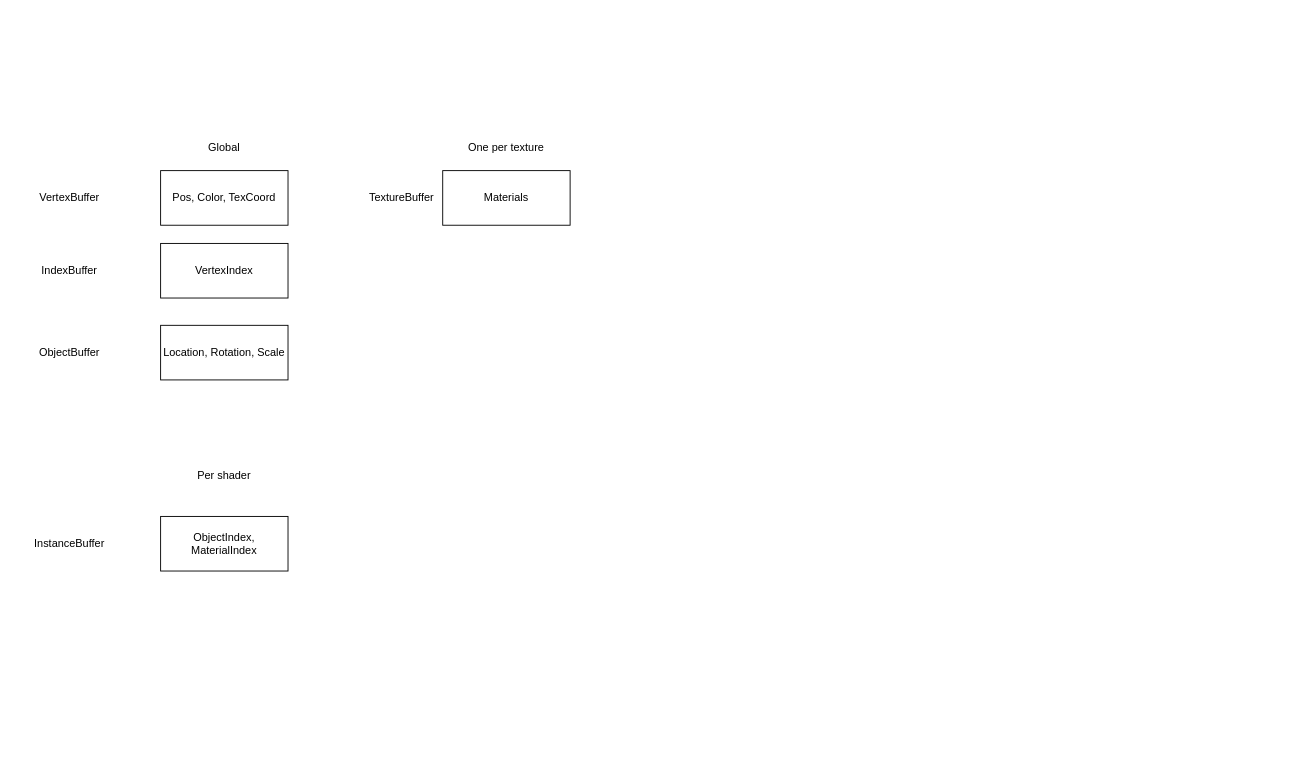
Earlier version of the draw.io diagram Documentation/Schemas/Render buffers.drawio (Hilderin/MiniEngine). Source tidied: cells renumbered, new cells numbered last; positions are measured from the earlier drawing's top-left corner, leaving out a move shared by most shapes. Both pictures are drawn from the tidied source at 91%, with x=0, y=0 at pixel (42, 134).
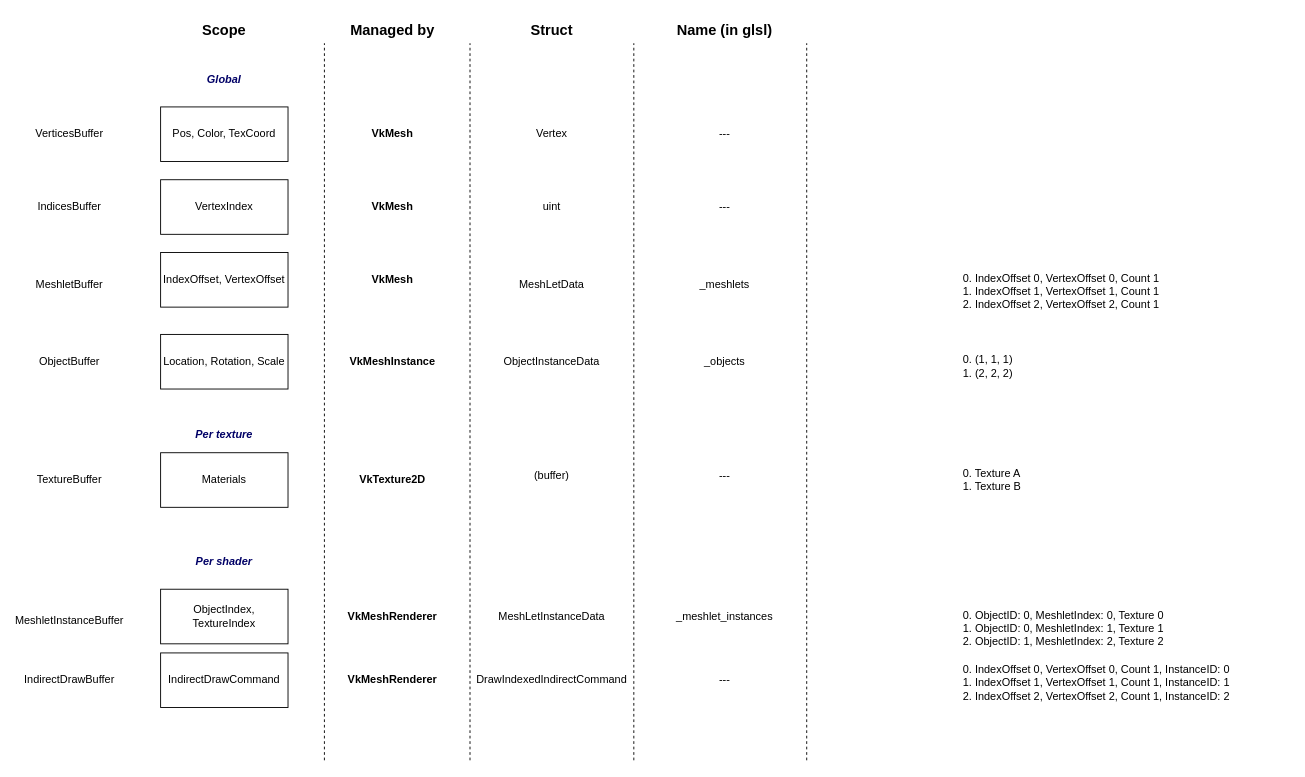
After the change.

What changed in the source:
```diff
@@
     <mxCell id="2" value="Pos, Color, TexCoord" style="rounded=0;whiteSpace=wrap;html=1;" parent="1" vertex="1">
-      <mxGeometry x="130" y="40" width="140" height="60" as="geometry" />
+      <mxGeometry x="130" y="-30" width="140" height="60" as="geometry" />
     </mxCell>
-    <mxCell id="3" value="VertexBuffer" style="text;html=1;strokeColor=none;fillColor=none;align=center;verticalAlign=middle;whiteSpace=wrap;rounded=0;" parent="1" vertex="1">
-      <mxGeometry y="55" width="60" height="30" as="geometry" />
+    <mxCell id="3" value="VerticesBuffer" style="text;html=1;strokeColor=none;fillColor=none;align=center;verticalAlign=middle;whiteSpace=wrap;rounded=0;" parent="1" vertex="1">
+      <mxGeometry y="-15" width="60" height="30" as="geometry" />
     </mxCell>
     <mxCell id="4" value="VertexIndex" style="rounded=0;whiteSpace=wrap;html=1;" parent="1" vertex="1">
-      <mxGeometry x="130" y="120" width="140" height="60" as="geometry" />
+      <mxGeometry x="130" y="50" width="140" height="60" as="geometry" />
     </mxCell>
-    <mxCell id="5" value="IndexBuffer" style="text;html=1;strokeColor=none;fillColor=none;align=center;verticalAlign=middle;whiteSpace=wrap;rounded=0;" parent="1" vertex="1">
-      <mxGeometry y="135" width="60" height="30" as="geometry" />
+    <mxCell id="5" value="IndicesBuffer" style="text;html=1;strokeColor=none;fillColor=none;align=center;verticalAlign=middle;whiteSpace=wrap;rounded=0;" parent="1" vertex="1">
+      <mxGeometry y="65" width="60" height="30" as="geometry" />
     </mxCell>
     <mxCell id="6" value="Location, Rotation, Scale" style="rounded=0;whiteSpace=wrap;html=1;" parent="1" vertex="1">
-      <mxGeometry x="130" y="210" width="140" height="60" as="geometry" />
+      <mxGeometry x="130" y="220" width="140" height="60" as="geometry" />
     </mxCell>
     <mxCell id="7" value="ObjectBuffer" style="text;html=1;strokeColor=none;fillColor=none;align=center;verticalAlign=middle;whiteSpace=wrap;rounded=0;" parent="1" vertex="1">
-      <mxGeometry y="225" width="60" height="30" as="geometry" />
+      <mxGeometry y="235" width="60" height="30" as="geometry" />
     </mxCell>
-    <mxCell id="8" value="ObjectIndex, MaterialIndex" style="rounded=0;whiteSpace=wrap;html=1;" parent="1" vertex="1">
-      <mxGeometry x="130" y="420" width="140" height="60" as="geometry" />
-    </mxCell>
-    <mxCell id="9" value="InstanceBuffer" style="text;html=1;strokeColor=none;fillColor=none;align=center;verticalAlign=middle;whiteSpace=wrap;rounded=0;" parent="1" vertex="1">
-      <mxGeometry y="435" width="60" height="30" as="geometry" />
-    </mxCell>
     <mxCell id="10" value="Materials" style="rounded=0;whiteSpace=wrap;html=1;" parent="1" vertex="1">
-      <mxGeometry x="440" y="40" width="140" height="60" as="geometry" />
+      <mxGeometry x="130" y="350" width="140" height="60" as="geometry" />
     </mxCell>
     <mxCell id="11" value="TextureBuffer" style="text;html=1;strokeColor=none;fillColor=none;align=center;verticalAlign=middle;whiteSpace=wrap;rounded=0;" parent="1" vertex="1">
-      <mxGeometry x="365" y="55" width="60" height="30" as="geometry" />
+      <mxGeometry y="365" width="60" height="30" as="geometry" />
     </mxCell>
-    <mxCell id="12" value="One per texture" style="text;html=1;strokeColor=none;fillColor=none;align=center;verticalAlign=middle;whiteSpace=wrap;rounded=0;" parent="1" vertex="1">
-      <mxGeometry x="430" width="160" height="30" as="geometry" />
+    <mxCell id="12" value="Per texture" style="text;html=1;fillColor=none;align=center;verticalAlign=middle;whiteSpace=wrap;rounded=0;fontStyle=3;fontColor=#000066;" parent="1" vertex="1">
+      <mxGeometry x="120" y="320" width="160" height="20" as="geometry" />
     </mxCell>
-    <mxCell id="13" value="Global" style="text;html=1;strokeColor=none;fillColor=none;align=center;verticalAlign=middle;whiteSpace=wrap;rounded=0;" parent="1" vertex="1">
-      <mxGeometry x="120" width="160" height="30" as="geometry" />
+    <mxCell id="13" value="Global" style="text;html=1;fillColor=none;align=center;verticalAlign=middle;whiteSpace=wrap;rounded=0;fontStyle=3;fontColor=#000066;" parent="1" vertex="1">
+      <mxGeometry x="120" y="-70" width="160" height="20" as="geometry" />
     </mxCell>
-    <mxCell id="14" value="Per shader" style="text;html=1;strokeColor=none;fillColor=none;align=center;verticalAlign=middle;whiteSpace=wrap;rounded=0;" parent="1" vertex="1">
-      <mxGeometry x="120" y="360" width="160" height="30" as="geometry" />
+    <mxCell id="14" value="Per shader" style="text;html=1;fillColor=none;align=center;verticalAlign=middle;whiteSpace=wrap;rounded=0;fontStyle=3;fontColor=#000066;" parent="1" vertex="1">
+      <mxGeometry x="120" y="460" width="160" height="20" as="geometry" />
     </mxCell>
+    <mxCell id="15" value="IndirectDrawCommand" style="rounded=0;whiteSpace=wrap;html=1;" parent="1" vertex="1">
+      <mxGeometry x="130" y="570" width="140" height="60" as="geometry" />
+    </mxCell>
+    <mxCell id="16" value="IndirectDrawBuffer" style="text;html=1;strokeColor=none;fillColor=none;align=center;verticalAlign=middle;whiteSpace=wrap;rounded=0;" parent="1" vertex="1">
+      <mxGeometry y="585" width="60" height="30" as="geometry" />
+    </mxCell>
+    <mxCell id="17" value="0. (1, 1, 1)&lt;br&gt;&lt;div style=&quot;&quot;&gt;&lt;span style=&quot;background-color: initial;&quot;&gt;1. (2, 2, 2)&lt;/span&gt;&lt;/div&gt;" style="text;html=1;strokeColor=none;fillColor=none;align=left;verticalAlign=middle;whiteSpace=wrap;rounded=0;" parent="1" vertex="1">
+      <mxGeometry x="1010" y="240" width="220" height="30" as="geometry" />
+    </mxCell>
+    <mxCell id="18" value="0. Texture A&lt;br&gt;&lt;div style=&quot;&quot;&gt;&lt;span style=&quot;background-color: initial;&quot;&gt;1. Texture B&lt;/span&gt;&lt;/div&gt;" style="text;html=1;strokeColor=none;fillColor=none;align=left;verticalAlign=middle;whiteSpace=wrap;rounded=0;" parent="1" vertex="1">
+      <mxGeometry x="1010" y="365" width="180" height="30" as="geometry" />
+    </mxCell>
+    <mxCell id="19" value="0. IndexOffset 0, VertexOffset 0, Count 1, InstanceID: 0&lt;br&gt;&lt;div style=&quot;&quot;&gt;1. IndexOffset 1, VertexOffset 1, Count 1, InstanceID: 1&lt;/div&gt;&lt;div style=&quot;&quot;&gt;2. IndexOffset 2, VertexOffset 2, Count 1, InstanceID: 2&lt;br&gt;&lt;/div&gt;" style="text;html=1;strokeColor=none;fillColor=none;align=left;verticalAlign=top;whiteSpace=wrap;rounded=0;" parent="1" vertex="1">
+      <mxGeometry x="1010" y="575" width="360" height="70" as="geometry" />
+    </mxCell>
+    <mxCell id="20" value="MeshletBuffer" style="text;html=1;strokeColor=none;fillColor=none;align=center;verticalAlign=middle;whiteSpace=wrap;rounded=0;" parent="1" vertex="1">
+      <mxGeometry y="150" width="60" height="30" as="geometry" />
+    </mxCell>
+    <mxCell id="21" value="IndexOffset, VertexOffset" style="rounded=0;whiteSpace=wrap;html=1;" parent="1" vertex="1">
+      <mxGeometry x="130" y="130" width="140" height="60" as="geometry" />
+    </mxCell>
+    <mxCell id="22" value="0. IndexOffset 0, VertexOffset 0, Count 1&lt;br&gt;&lt;div style=&quot;&quot;&gt;1. IndexOffset 1, VertexOffset 1, Count 1&lt;/div&gt;&lt;div style=&quot;&quot;&gt;2. IndexOffset 2, VertexOffset 2, Count 1&lt;br&gt;&lt;/div&gt;" style="text;html=1;strokeColor=none;fillColor=none;align=left;verticalAlign=top;whiteSpace=wrap;rounded=0;" parent="1" vertex="1">
+      <mxGeometry x="1010" y="145" width="360" height="70" as="geometry" />
+    </mxCell>
+    <mxCell id="23" value="Managed by" style="text;html=1;strokeColor=none;fillColor=none;align=center;verticalAlign=middle;whiteSpace=wrap;rounded=0;fontStyle=1;fontSize=16;" parent="1" vertex="1">
+      <mxGeometry x="315" y="-130" width="140" height="30" as="geometry" />
+    </mxCell>
+    <mxCell id="24" value="VkMesh" style="text;html=1;strokeColor=none;fillColor=none;align=center;verticalAlign=middle;whiteSpace=wrap;rounded=0;fontStyle=1;" parent="1" vertex="1">
+      <mxGeometry x="355" y="-15" width="60" height="30" as="geometry" />
+    </mxCell>
+    <mxCell id="25" value="VkMesh" style="text;html=1;strokeColor=none;fillColor=none;align=center;verticalAlign=middle;whiteSpace=wrap;rounded=0;fontStyle=1;" parent="1" vertex="1">
+      <mxGeometry x="355" y="65" width="60" height="30" as="geometry" />
+    </mxCell>
+    <mxCell id="26" value="VkMesh" style="text;html=1;strokeColor=none;fillColor=none;align=center;verticalAlign=middle;whiteSpace=wrap;rounded=0;fontStyle=1;" parent="1" vertex="1">
+      <mxGeometry x="355" y="145" width="60" height="30" as="geometry" />
+    </mxCell>
+    <mxCell id="27" value="MeshletInstanceBuffer" style="text;html=1;strokeColor=none;fillColor=none;align=center;verticalAlign=middle;whiteSpace=wrap;rounded=0;" parent="1" vertex="1">
+      <mxGeometry y="520" width="60" height="30" as="geometry" />
+    </mxCell>
+    <mxCell id="28" value="ObjectIndex, TextureIndex" style="rounded=0;whiteSpace=wrap;html=1;" parent="1" vertex="1">
+      <mxGeometry x="130" y="500" width="140" height="60" as="geometry" />
+    </mxCell>
+    <mxCell id="29" value="0. ObjectID: 0, MeshletIndex: 0, Texture 0&lt;br&gt;1. ObjectID: 0, MeshletIndex: 1, Texture 1&lt;br&gt;2. ObjectID: 1, MeshletIndex: 2, Texture 2" style="text;html=1;strokeColor=none;fillColor=none;align=left;verticalAlign=top;whiteSpace=wrap;rounded=0;" parent="1" vertex="1">
+      <mxGeometry x="1010" y="515" width="360" height="70" as="geometry" />
+    </mxCell>
+    <mxCell id="30" value="VkMeshRenderer" style="text;html=1;strokeColor=none;fillColor=none;align=center;verticalAlign=middle;whiteSpace=wrap;rounded=0;fontStyle=1;" parent="1" vertex="1">
+      <mxGeometry x="355" y="515" width="60" height="30" as="geometry" />
+    </mxCell>
+    <mxCell id="31" value="VkMeshInstance" style="text;html=1;strokeColor=none;fillColor=none;align=center;verticalAlign=middle;whiteSpace=wrap;rounded=0;fontStyle=1;" parent="1" vertex="1">
+      <mxGeometry x="355" y="235" width="60" height="30" as="geometry" />
+    </mxCell>
+    <mxCell id="32" value="VkTexture2D" style="text;html=1;strokeColor=none;fillColor=none;align=center;verticalAlign=middle;whiteSpace=wrap;rounded=0;fontStyle=1;" parent="1" vertex="1">
+      <mxGeometry x="355" y="365" width="60" height="30" as="geometry" />
+    </mxCell>
+    <mxCell id="33" value="VkMeshRenderer" style="text;html=1;strokeColor=none;fillColor=none;align=center;verticalAlign=middle;whiteSpace=wrap;rounded=0;fontStyle=1;" parent="1" vertex="1">
+      <mxGeometry x="355" y="585" width="60" height="30" as="geometry" />
+    </mxCell>
+    <mxCell id="34" value="Scope" style="text;html=1;strokeColor=none;fillColor=none;align=center;verticalAlign=middle;whiteSpace=wrap;rounded=0;fontStyle=1;fontSize=16;" parent="1" vertex="1">
+      <mxGeometry x="155" y="-130" width="90" height="30" as="geometry" />
+    </mxCell>
+    <mxCell id="35" style="endArrow=none;dashed=1;html=1;rounded=0;" parent="1" edge="1">
+      <mxGeometry relative="1" as="geometry">
+        <mxPoint x="310" y="688" as="sourcePoint" />
+        <mxPoint x="310" y="-100" as="targetPoint" />
+      </mxGeometry>
+    </mxCell>
+    <mxCell id="36" style="endArrow=none;dashed=1;html=1;rounded=0;" parent="1" edge="1">
+      <mxGeometry relative="1" as="geometry">
+        <mxPoint x="470" y="688" as="sourcePoint" />
+        <mxPoint x="470" y="-100" as="targetPoint" />
+      </mxGeometry>
+    </mxCell>
+    <mxCell id="37" style="endArrow=none;dashed=1;html=1;rounded=0;" parent="1" edge="1">
+      <mxGeometry relative="1" as="geometry">
+        <mxPoint x="650" y="688" as="sourcePoint" />
+        <mxPoint x="650" y="-100" as="targetPoint" />
+      </mxGeometry>
+    </mxCell>
+    <mxCell id="38" value="Struct" style="text;html=1;strokeColor=none;fillColor=none;align=center;verticalAlign=middle;whiteSpace=wrap;rounded=0;fontStyle=1;fontSize=16;" parent="1" vertex="1">
+      <mxGeometry x="490" y="-130" width="140" height="30" as="geometry" />
+    </mxCell>
+    <mxCell id="39" value="ObjectInstanceData" style="text;html=1;strokeColor=none;fillColor=none;align=center;verticalAlign=middle;whiteSpace=wrap;rounded=0;" parent="1" vertex="1">
+      <mxGeometry x="530" y="235" width="60" height="30" as="geometry" />
+    </mxCell>
+    <mxCell id="40" value="MeshLetData" style="text;html=1;strokeColor=none;fillColor=none;align=center;verticalAlign=middle;whiteSpace=wrap;rounded=0;" parent="1" vertex="1">
+      <mxGeometry x="530" y="150" width="60" height="30" as="geometry" />
+    </mxCell>
+    <mxCell id="41" value="Vertex" style="text;html=1;strokeColor=none;fillColor=none;align=center;verticalAlign=middle;whiteSpace=wrap;rounded=0;" parent="1" vertex="1">
+      <mxGeometry x="530" y="-15" width="60" height="30" as="geometry" />
+    </mxCell>
+    <mxCell id="42" value="uint" style="text;html=1;strokeColor=none;fillColor=none;align=center;verticalAlign=middle;whiteSpace=wrap;rounded=0;" parent="1" vertex="1">
+      <mxGeometry x="530" y="65" width="60" height="30" as="geometry" />
+    </mxCell>
+    <mxCell id="43" value="(buffer)" style="text;html=1;strokeColor=none;fillColor=none;align=center;verticalAlign=middle;whiteSpace=wrap;rounded=0;" parent="1" vertex="1">
+      <mxGeometry x="530" y="360" width="60" height="30" as="geometry" />
+    </mxCell>
+    <mxCell id="44" value="MeshLetInstanceData" style="text;html=1;strokeColor=none;fillColor=none;align=center;verticalAlign=middle;whiteSpace=wrap;rounded=0;" parent="1" vertex="1">
+      <mxGeometry x="530" y="515" width="60" height="30" as="geometry" />
+    </mxCell>
+    <mxCell id="45" value="DrawIndexedIndirectCommand" style="text;html=1;strokeColor=none;fillColor=none;align=center;verticalAlign=middle;whiteSpace=wrap;rounded=0;" parent="1" vertex="1">
+      <mxGeometry x="530" y="585" width="60" height="30" as="geometry" />
+    </mxCell>
+    <mxCell id="46" style="endArrow=none;dashed=1;html=1;rounded=0;" parent="1" edge="1">
+      <mxGeometry relative="1" as="geometry">
+        <mxPoint x="840" y="688" as="sourcePoint" />
+        <mxPoint x="840" y="-100" as="targetPoint" />
+      </mxGeometry>
+    </mxCell>
+    <mxCell id="47" value="Name (in glsl)" style="text;html=1;strokeColor=none;fillColor=none;align=center;verticalAlign=middle;whiteSpace=wrap;rounded=0;fontStyle=1;fontSize=16;" parent="1" vertex="1">
+      <mxGeometry x="680" y="-130" width="140" height="30" as="geometry" />
+    </mxCell>
+    <mxCell id="48" value="_objects" style="text;html=1;strokeColor=none;fillColor=none;align=center;verticalAlign=middle;whiteSpace=wrap;rounded=0;" parent="1" vertex="1">
+      <mxGeometry x="720" y="235" width="60" height="30" as="geometry" />
+    </mxCell>
+    <mxCell id="49" value="_meshlets" style="text;html=1;strokeColor=none;fillColor=none;align=center;verticalAlign=middle;whiteSpace=wrap;rounded=0;" parent="1" vertex="1">
+      <mxGeometry x="720" y="150" width="60" height="30" as="geometry" />
+    </mxCell>
+    <mxCell id="50" value="---" style="text;html=1;strokeColor=none;fillColor=none;align=center;verticalAlign=middle;whiteSpace=wrap;rounded=0;" parent="1" vertex="1">
+      <mxGeometry x="720" y="-15" width="60" height="30" as="geometry" />
+    </mxCell>
+    <mxCell id="51" value="---" style="text;html=1;strokeColor=none;fillColor=none;align=center;verticalAlign=middle;whiteSpace=wrap;rounded=0;" parent="1" vertex="1">
+      <mxGeometry x="720" y="65" width="60" height="30" as="geometry" />
+    </mxCell>
+    <mxCell id="52" value="---" style="text;html=1;strokeColor=none;fillColor=none;align=center;verticalAlign=middle;whiteSpace=wrap;rounded=0;" parent="1" vertex="1">
+      <mxGeometry x="720" y="360" width="60" height="30" as="geometry" />
+    </mxCell>
+    <mxCell id="53" value="_meshlet_instances" style="text;html=1;strokeColor=none;fillColor=none;align=center;verticalAlign=middle;whiteSpace=wrap;rounded=0;" parent="1" vertex="1">
+      <mxGeometry x="720" y="515" width="60" height="30" as="geometry" />
+    </mxCell>
+    <mxCell id="54" value="---" style="text;html=1;strokeColor=none;fillColor=none;align=center;verticalAlign=middle;whiteSpace=wrap;rounded=0;" parent="1" vertex="1">
+      <mxGeometry x="720" y="585" width="60" height="30" as="geometry" />
+    </mxCell>
```
